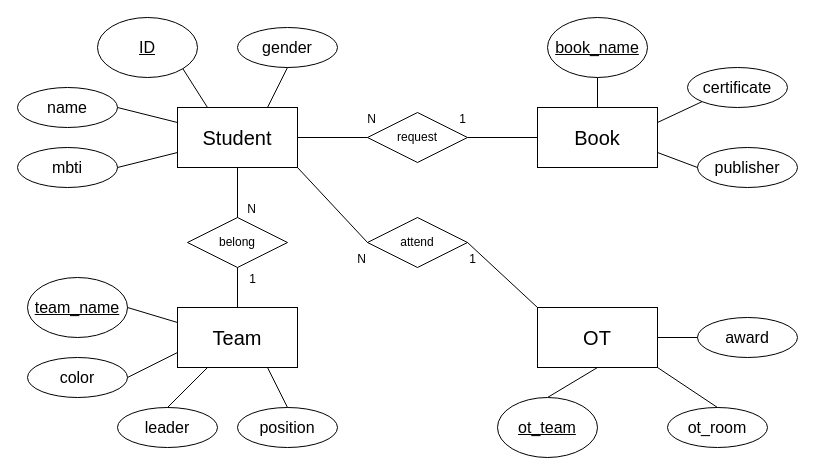
Before: DB과제.drawio in lee-j-j/LJJ, a draw.io diagram. Source tidied: cells renumbered, new cells numbered last; positions are measured from the earlier drawing's top-left corner, leaving out a move shared by most shapes. Both pictures are drawn from the tidied source at 100%, with x=0, y=0 at pixel (17, 17).
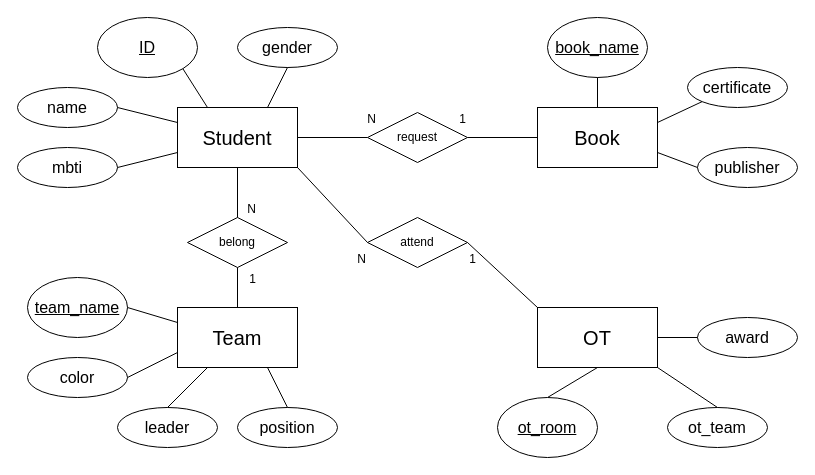
The same diagram, later.

Commit message:
DB과제.drawio 업데이트

Diff of the diagram source:
```diff
@@
-    <mxCell id="39" value="ot_room" style="ellipse;whiteSpace=wrap;html=1;align=center;fontSize=16;" parent="1" vertex="1">
+    <mxCell id="39" value="ot_team" style="ellipse;whiteSpace=wrap;html=1;align=center;fontSize=16;" parent="1" vertex="1">
       <mxGeometry x="650" y="390" width="100" height="40" as="geometry" />
     </mxCell>
@@
-    <mxCell id="48" value="ot_team" style="ellipse;whiteSpace=wrap;html=1;align=center;fontStyle=4;fontSize=16;" parent="1" vertex="1">
+    <mxCell id="48" value="ot_room" style="ellipse;whiteSpace=wrap;html=1;align=center;fontStyle=4;fontSize=16;" parent="1" vertex="1">
       <mxGeometry x="480" y="380" width="100" height="60" as="geometry" />
     </mxCell>
```
